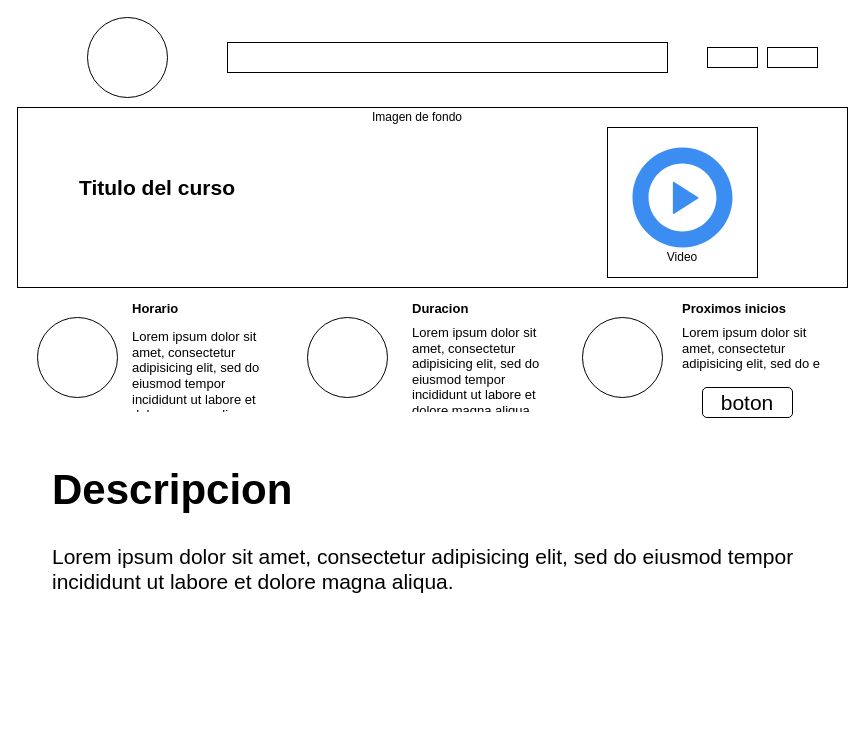
Earlier version of the draw.io diagram Untitled Diagram.drawio (LuenCC/bootigniter). Source tidied: cells renumbered, new cells numbered last; positions are measured from the earlier drawing's top-left corner, leaving out a move shared by most shapes. Both pictures are drawn from the tidied source at 100%, with x=0, y=0 at pixel (17, 17).
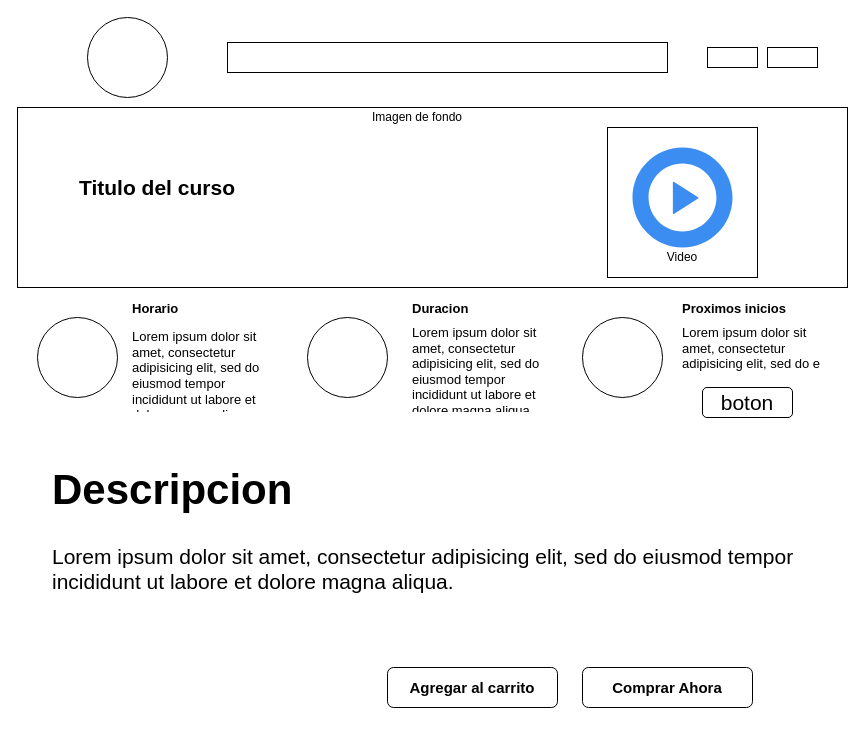
After the change.

Diff of the diagram source:
```diff
@@
+    <mxCell id="20" value="Agregar al carrito" style="rounded=1;whiteSpace=wrap;html=1;fontSize=15;fontStyle=1;" parent="1" vertex="1">
+      <mxGeometry x="370" y="650" width="170" height="40" as="geometry" />
+    </mxCell>
+    <mxCell id="21" value="Comprar Ahora" style="rounded=1;whiteSpace=wrap;html=1;fontSize=15;fontStyle=1;" parent="1" vertex="1">
+      <mxGeometry x="565" y="650" width="170" height="40" as="geometry" />
+    </mxCell>
```
